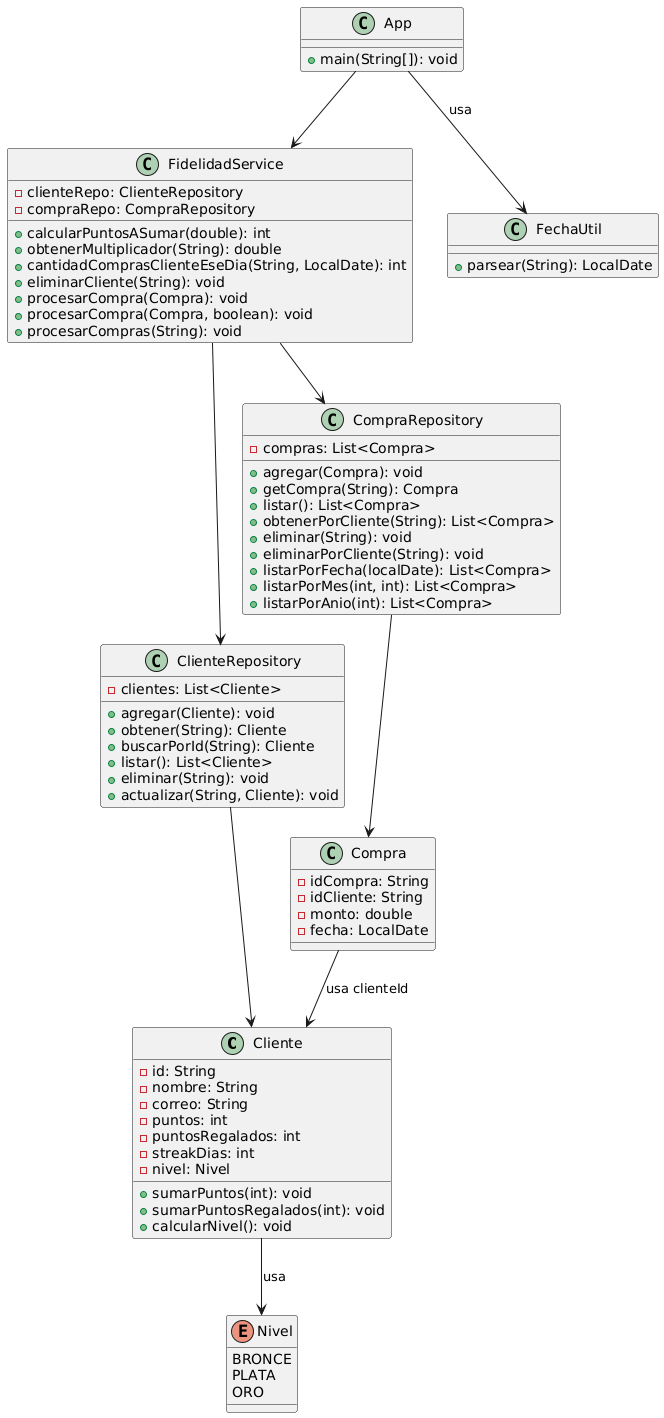
This is docs/uml.png from SSJorge/TarjetaFidelidadGamificadaTDD, a PlantUML export, as it was before one commit.
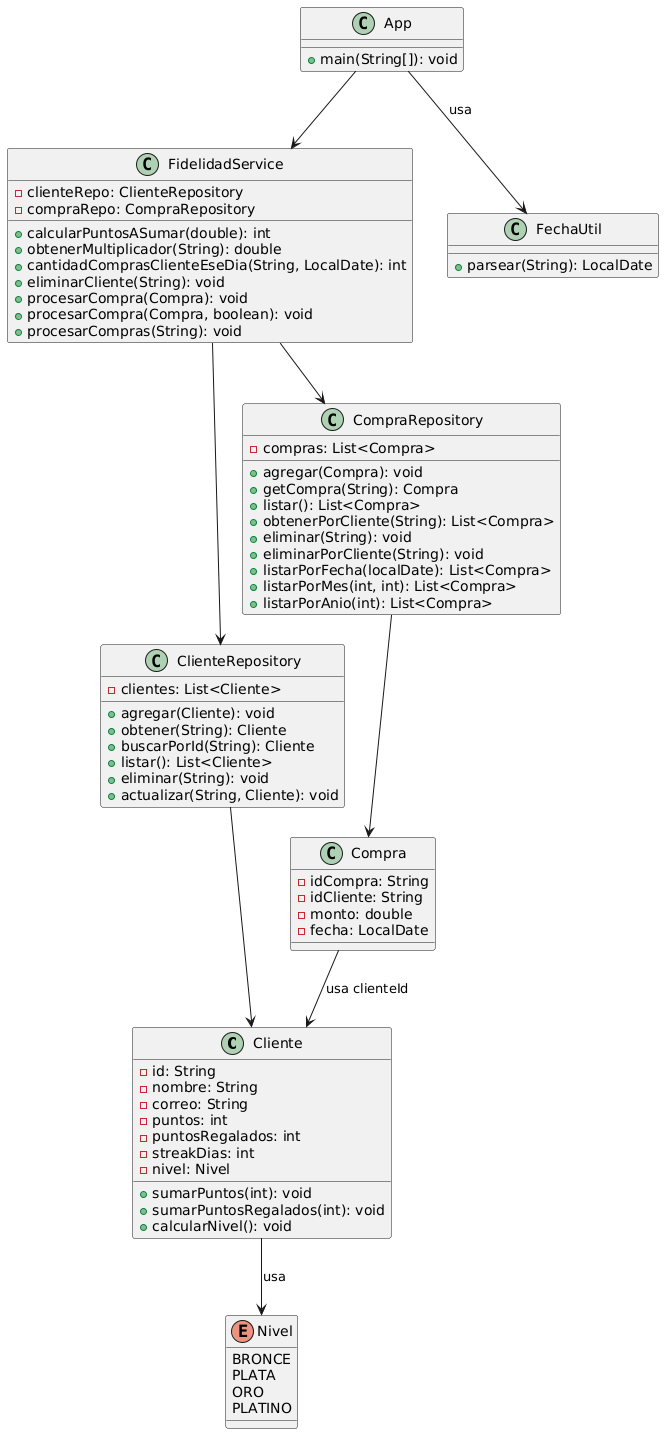
Above is the later version.

Change to the diagram source:
```diff
@@ -16,6 +16,7 @@
   BRONCE
   PLATA
   ORO
+  PLATINO
 }
 
 class Compra {
```
